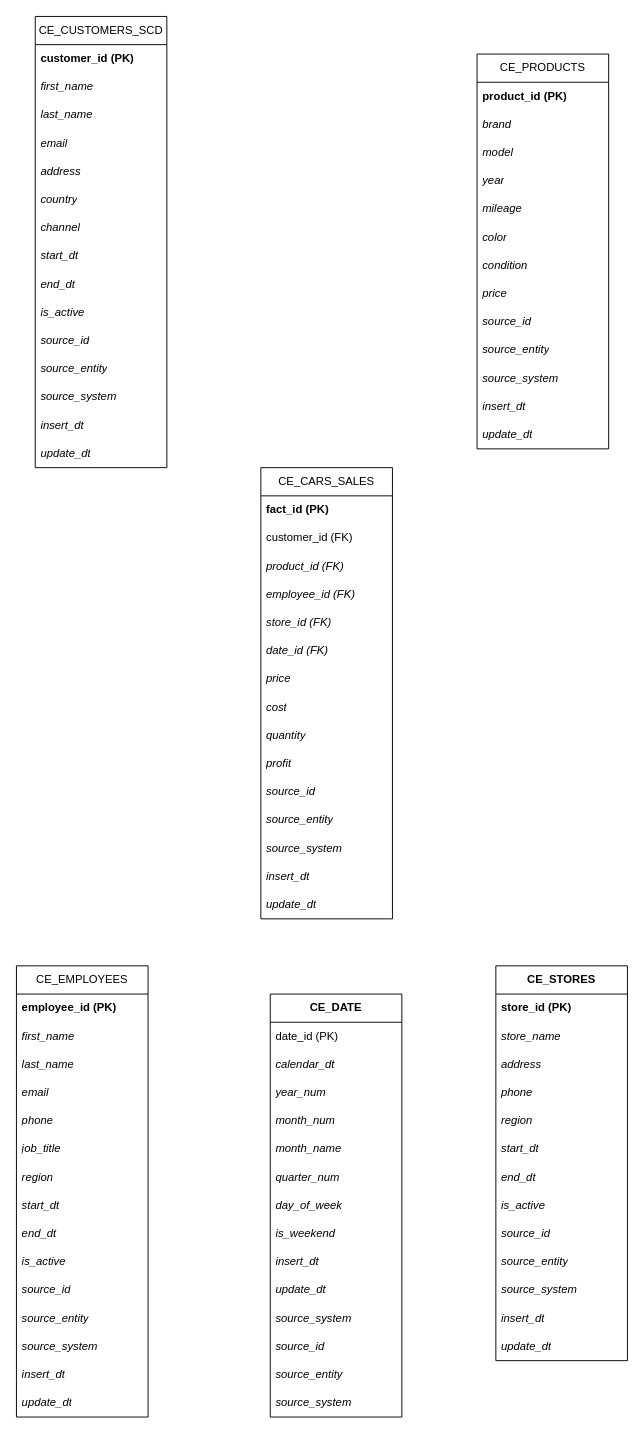
SergejusSG/git-demo1 keeps this draw.io diagram as Task3.drawio. Above is the earlier version. Source tidied: cells renumbered, new cells numbered last; positions are measured from the earlier drawing's top-left corner, leaving out a move shared by most shapes. Both pictures are drawn from the tidied source at 94%, with x=0, y=0 at pixel (16, 16).
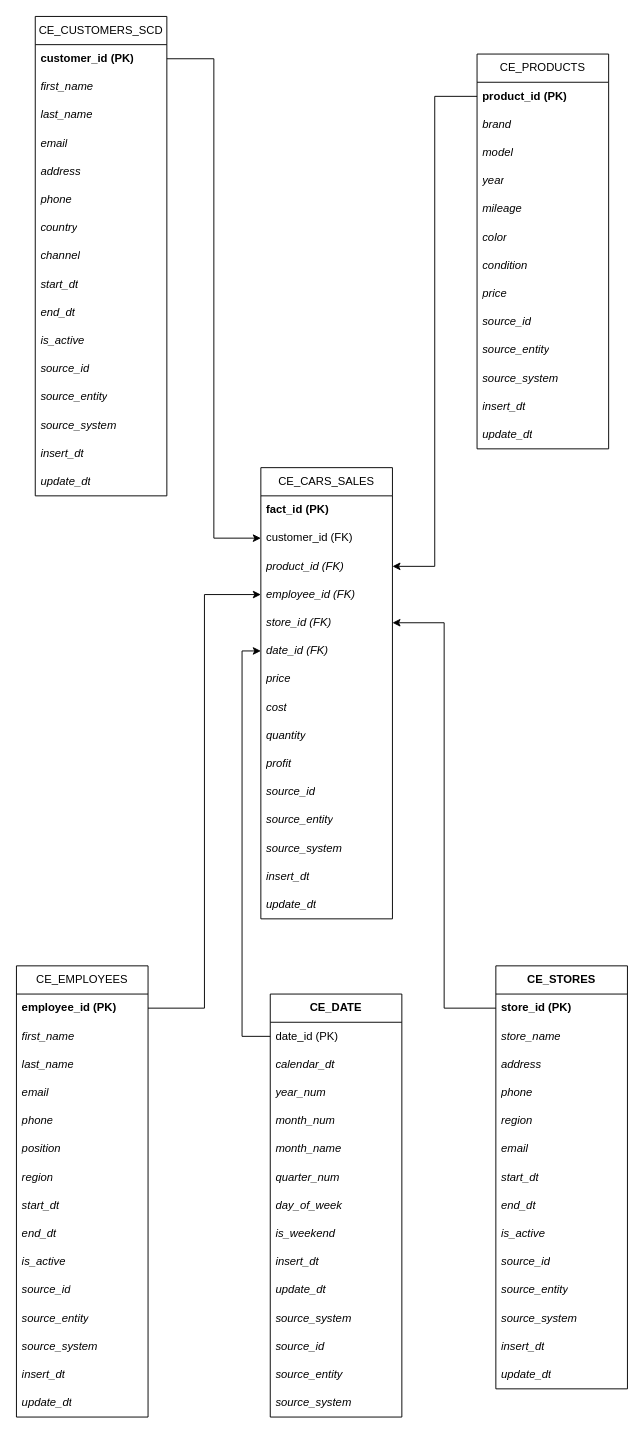
The same diagram, later.

The change refers to these unchanged cells:
```xml
<mxCell id="4" value="customer_id (FK)" style="text;strokeColor=none;fillColor=none;align=left;verticalAlign=middle;spacingLeft=4;spacingRight=4;overflow=hidden;points=[[0,0.5],[1,0.5]];portConstraint=eastwest;whiteSpace=wrap;html=1;" parent="2" vertex="1">
  <mxGeometry y="60" width="140" height="30" as="geometry" />
</mxCell>
<mxCell id="5" value="product_id (FK)" style="text;strokeColor=none;fillColor=none;align=left;verticalAlign=middle;spacingLeft=4;spacingRight=4;overflow=hidden;points=[[0,0.5],[1,0.5]];portConstraint=eastwest;whiteSpace=wrap;html=1;fontStyle=2;" parent="2" vertex="1">
  <mxGeometry y="90" width="140" height="30" as="geometry" />
</mxCell>
<mxCell id="6" value="employee_id (FK)" style="text;strokeColor=none;fillColor=none;align=left;verticalAlign=middle;spacingLeft=4;spacingRight=4;overflow=hidden;points=[[0,0.5],[1,0.5]];portConstraint=eastwest;whiteSpace=wrap;html=1;fontStyle=2;" parent="2" vertex="1">
  <mxGeometry y="120" width="140" height="30" as="geometry" />
</mxCell>
<mxCell id="7" value="store_id (FK)" style="text;strokeColor=none;fillColor=none;align=left;verticalAlign=middle;spacingLeft=4;spacingRight=4;overflow=hidden;points=[[0,0.5],[1,0.5]];portConstraint=eastwest;whiteSpace=wrap;html=1;fontStyle=2;" parent="2" vertex="1">
  <mxGeometry y="150" width="140" height="30" as="geometry" />
</mxCell>
<mxCell id="8" value="date_id (FK)" style="text;strokeColor=none;fillColor=none;align=left;verticalAlign=middle;spacingLeft=4;spacingRight=4;overflow=hidden;points=[[0,0.5],[1,0.5]];portConstraint=eastwest;whiteSpace=wrap;html=1;fontStyle=2;" parent="2" vertex="1">
  <mxGeometry y="180" width="140" height="30" as="geometry" />
</mxCell>
<mxCell id="19" value="&lt;b&gt;customer_id (PK)&lt;/b&gt;" style="text;strokeColor=none;fillColor=none;align=left;verticalAlign=middle;spacingLeft=4;spacingRight=4;overflow=hidden;points=[[0,0.5],[1,0.5]];portConstraint=eastwest;whiteSpace=wrap;html=1;" parent="18" vertex="1">
  <mxGeometry y="30" width="140" height="30" as="geometry" />
</mxCell>
<mxCell id="35" value="&lt;b&gt;product_id (PK)&lt;/b&gt;" style="text;strokeColor=none;fillColor=none;align=left;verticalAlign=middle;spacingLeft=4;spacingRight=4;overflow=hidden;points=[[0,0.5],[1,0.5]];portConstraint=eastwest;whiteSpace=wrap;html=1;" parent="34" vertex="1">
  <mxGeometry y="30" width="140" height="30" as="geometry" />
</mxCell>
<mxCell id="48" value="CE_EMPLOYEES" style="swimlane;fontStyle=0;horizontal=1;startSize=30;whiteSpace=wrap;html=1;" parent="1" vertex="1">
  <mxGeometry y="1010" width="140" height="480" as="geometry" />
</mxCell>
<mxCell id="49" value="&lt;b&gt;employee_id (PK)&lt;/b&gt;" style="text;strokeColor=none;fillColor=none;align=left;verticalAlign=middle;spacingLeft=4;spacingRight=4;overflow=hidden;points=[[0,0.5],[1,0.5]];portConstraint=eastwest;whiteSpace=wrap;html=1;" parent="48" vertex="1">
  <mxGeometry y="30" width="140" height="30" as="geometry" />
</mxCell>
<mxCell id="65" value="&lt;b&gt;store_id (PK)&lt;/b&gt;" style="text;strokeColor=none;fillColor=none;align=left;verticalAlign=middle;spacingLeft=4;spacingRight=4;overflow=hidden;points=[[0,0.5],[1,0.5]];portConstraint=eastwest;whiteSpace=wrap;html=1;" parent="64" vertex="1">
  <mxGeometry y="30" width="140" height="30" as="geometry" />
</mxCell>
<mxCell id="79" value="date_id (PK)" style="text;strokeColor=none;fillColor=none;align=left;verticalAlign=middle;spacingLeft=4;spacingRight=4;overflow=hidden;points=[[0,0.5],[1,0.5]];portConstraint=eastwest;whiteSpace=wrap;html=1;" parent="78" vertex="1">
  <mxGeometry y="30" width="140" height="30" as="geometry" />
</mxCell>
```

What changed in the source:
```diff
@@
     <mxCell id="18" value="CE_CUSTOMERS_SCD" style="swimlane;fontStyle=0;horizontal=1;startSize=30;whiteSpace=wrap;html=1;" parent="1" vertex="1">
-      <mxGeometry x="20" width="140" height="480" as="geometry" />
+      <mxGeometry x="20" width="140" height="510" as="geometry" />
     </mxCell>
@@
+    <mxCell id="93" value="phone" style="text;strokeColor=none;fillColor=none;align=left;verticalAlign=middle;spacingLeft=4;spacingRight=4;overflow=hidden;whiteSpace=wrap;html=1;fontStyle=2;" parent="18" vertex="1">
+      <mxGeometry y="180" width="140" height="30" as="geometry" />
+    </mxCell>
     <mxCell id="24" value="country" style="text;strokeColor=none;fillColor=none;align=left;verticalAlign=middle;spacingLeft=4;spacingRight=4;overflow=hidden;whiteSpace=wrap;html=1;fontStyle=2;" parent="18" vertex="1">
-      <mxGeometry y="180" width="140" height="30" as="geometry" />
+      <mxGeometry y="210" width="140" height="30" as="geometry" />
     </mxCell>
     <mxCell id="25" value="channel" style="text;strokeColor=none;fillColor=none;align=left;verticalAlign=middle;spacingLeft=4;spacingRight=4;overflow=hidden;whiteSpace=wrap;html=1;fontStyle=2;" parent="18" vertex="1">
-      <mxGeometry y="210" width="140" height="30" as="geometry" />
+      <mxGeometry y="240" width="140" height="30" as="geometry" />
     </mxCell>
     <mxCell id="26" value="start_dt" style="text;strokeColor=none;fillColor=none;align=left;verticalAlign=middle;spacingLeft=4;spacingRight=4;overflow=hidden;whiteSpace=wrap;html=1;fontStyle=2;" parent="18" vertex="1">
-      <mxGeometry y="240" width="140" height="30" as="geometry" />
+      <mxGeometry y="270" width="140" height="30" as="geometry" />
     </mxCell>
     <mxCell id="27" value="end_dt" style="text;strokeColor=none;fillColor=none;align=left;verticalAlign=middle;spacingLeft=4;spacingRight=4;overflow=hidden;whiteSpace=wrap;html=1;fontStyle=2;" parent="18" vertex="1">
-      <mxGeometry y="270" width="140" height="30" as="geometry" />
+      <mxGeometry y="300" width="140" height="30" as="geometry" />
     </mxCell>
     <mxCell id="28" value="is_active" style="text;strokeColor=none;fillColor=none;align=left;verticalAlign=middle;spacingLeft=4;spacingRight=4;overflow=hidden;whiteSpace=wrap;html=1;fontStyle=2;" parent="18" vertex="1">
-      <mxGeometry y="300" width="140" height="30" as="geometry" />
+      <mxGeometry y="330" width="140" height="30" as="geometry" />
     </mxCell>
     <mxCell id="29" value="source_id" style="text;strokeColor=none;fillColor=none;align=left;verticalAlign=middle;spacingLeft=4;spacingRight=4;overflow=hidden;whiteSpace=wrap;html=1;fontStyle=2;" parent="18" vertex="1">
-      <mxGeometry y="330" width="140" height="30" as="geometry" />
+      <mxGeometry y="360" width="140" height="30" as="geometry" />
     </mxCell>
     <mxCell id="30" value="source_entity" style="text;strokeColor=none;fillColor=none;align=left;verticalAlign=middle;spacingLeft=4;spacingRight=4;overflow=hidden;whiteSpace=wrap;html=1;fontStyle=2;" parent="18" vertex="1">
-      <mxGeometry y="360" width="140" height="30" as="geometry" />
+      <mxGeometry y="390" width="140" height="30" as="geometry" />
     </mxCell>
     <mxCell id="31" value="source_system" style="text;strokeColor=none;fillColor=none;align=left;verticalAlign=middle;spacingLeft=4;spacingRight=4;overflow=hidden;whiteSpace=wrap;html=1;fontStyle=2;" parent="18" vertex="1">
-      <mxGeometry y="390" width="140" height="30" as="geometry" />
+      <mxGeometry y="420" width="140" height="30" as="geometry" />
     </mxCell>
     <mxCell id="32" value="insert_dt" style="text;strokeColor=none;fillColor=none;align=left;verticalAlign=middle;spacingLeft=4;spacingRight=4;overflow=hidden;whiteSpace=wrap;html=1;fontStyle=2;" parent="18" vertex="1">
-      <mxGeometry y="420" width="140" height="30" as="geometry" />
+      <mxGeometry y="450" width="140" height="30" as="geometry" />
     </mxCell>
     <mxCell id="33" value="update_dt" style="text;strokeColor=none;fillColor=none;align=left;verticalAlign=middle;spacingLeft=4;spacingRight=4;overflow=hidden;whiteSpace=wrap;html=1;fontStyle=2;" parent="18" vertex="1">
-      <mxGeometry y="450" width="140" height="30" as="geometry" />
+      <mxGeometry y="480" width="140" height="30" as="geometry" />
     </mxCell>
@@
-    <mxCell id="54" value="job_title" style="text;strokeColor=none;fillColor=none;align=left;verticalAlign=middle;spacingLeft=4;spacingRight=4;overflow=hidden;whiteSpace=wrap;html=1;fontStyle=2;" parent="48" vertex="1">
+    <mxCell id="54" value="position" style="text;strokeColor=none;fillColor=none;align=left;verticalAlign=middle;spacingLeft=4;spacingRight=4;overflow=hidden;whiteSpace=wrap;html=1;fontStyle=2;" parent="48" vertex="1">
       <mxGeometry y="180" width="140" height="30" as="geometry" />
     </mxCell>
@@
     <mxCell id="64" value="&lt;b&gt;CE_STORES&lt;/b&gt;" style="swimlane;fontStyle=0;horizontal=1;startSize=30;whiteSpace=wrap;html=1;" parent="1" vertex="1">
-      <mxGeometry x="510" y="1010" width="140" height="420" as="geometry" />
+      <mxGeometry x="510" y="1010" width="140" height="450" as="geometry" />
     </mxCell>
@@
+    <mxCell id="94" value="email" style="text;strokeColor=none;fillColor=none;align=left;verticalAlign=middle;spacingLeft=4;spacingRight=4;overflow=hidden;whiteSpace=wrap;html=1;fontStyle=2;" parent="64" vertex="1">
+      <mxGeometry y="180" width="140" height="30" as="geometry" />
+    </mxCell>
     <mxCell id="70" value="start_dt" style="text;strokeColor=none;fillColor=none;align=left;verticalAlign=middle;spacingLeft=4;spacingRight=4;overflow=hidden;whiteSpace=wrap;html=1;fontStyle=2;" parent="64" vertex="1">
-      <mxGeometry y="180" width="140" height="30" as="geometry" />
+      <mxGeometry y="210" width="140" height="30" as="geometry" />
     </mxCell>
     <mxCell id="71" value="end_dt" style="text;strokeColor=none;fillColor=none;align=left;verticalAlign=middle;spacingLeft=4;spacingRight=4;overflow=hidden;whiteSpace=wrap;html=1;fontStyle=2;" parent="64" vertex="1">
-      <mxGeometry y="210" width="140" height="30" as="geometry" />
+      <mxGeometry y="240" width="140" height="30" as="geometry" />
     </mxCell>
     <mxCell id="72" value="is_active" style="text;strokeColor=none;fillColor=none;align=left;verticalAlign=middle;spacingLeft=4;spacingRight=4;overflow=hidden;whiteSpace=wrap;html=1;fontStyle=2;" parent="64" vertex="1">
-      <mxGeometry y="240" width="140" height="30" as="geometry" />
+      <mxGeometry y="270" width="140" height="30" as="geometry" />
     </mxCell>
     <mxCell id="73" value="source_id" style="text;strokeColor=none;fillColor=none;align=left;verticalAlign=middle;spacingLeft=4;spacingRight=4;overflow=hidden;whiteSpace=wrap;html=1;fontStyle=2;" parent="64" vertex="1">
-      <mxGeometry y="270" width="140" height="30" as="geometry" />
+      <mxGeometry y="300" width="140" height="30" as="geometry" />
     </mxCell>
     <mxCell id="74" value="source_entity" style="text;strokeColor=none;fillColor=none;align=left;verticalAlign=middle;spacingLeft=4;spacingRight=4;overflow=hidden;whiteSpace=wrap;html=1;fontStyle=2;" parent="64" vertex="1">
-      <mxGeometry y="300" width="140" height="30" as="geometry" />
+      <mxGeometry y="330" width="140" height="30" as="geometry" />
     </mxCell>
     <mxCell id="75" value="source_system" style="text;strokeColor=none;fillColor=none;align=left;verticalAlign=middle;spacingLeft=4;spacingRight=4;overflow=hidden;whiteSpace=wrap;html=1;fontStyle=2;" parent="64" vertex="1">
-      <mxGeometry y="330" width="140" height="30" as="geometry" />
+      <mxGeometry y="360" width="140" height="30" as="geometry" />
     </mxCell>
     <mxCell id="76" value="insert_dt" style="text;strokeColor=none;fillColor=none;align=left;verticalAlign=middle;spacingLeft=4;spacingRight=4;overflow=hidden;whiteSpace=wrap;html=1;fontStyle=2;" parent="64" vertex="1">
-      <mxGeometry y="360" width="140" height="30" as="geometry" />
+      <mxGeometry y="390" width="140" height="30" as="geometry" />
     </mxCell>
     <mxCell id="77" value="update_dt" style="text;strokeColor=none;fillColor=none;align=left;verticalAlign=middle;spacingLeft=4;spacingRight=4;overflow=hidden;whiteSpace=wrap;html=1;fontStyle=2;" parent="64" vertex="1">
-      <mxGeometry y="390" width="140" height="30" as="geometry" />
+      <mxGeometry y="420" width="140" height="30" as="geometry" />
     </mxCell>
@@
+    <mxCell id="95" style="edgeStyle=orthogonalEdgeStyle;rounded=0;jettySize=auto;html=1;exitX=1;exitY=0.5;exitDx=0;exitDy=0;entryX=0;entryY=0.5;entryDx=0;entryDy=0;" parent="1" edge="1" source="19" target="4">
+      <mxGeometry relative="1" as="geometry" />
+    </mxCell>
+    <mxCell id="96" style="edgeStyle=orthogonalEdgeStyle;rounded=0;jettySize=auto;html=1;exitX=0;exitY=0.5;exitDx=0;exitDy=0;entryX=1;entryY=0.5;entryDx=0;entryDy=0;" parent="1" edge="1" source="35" target="5">
+      <mxGeometry relative="1" as="geometry" />
+    </mxCell>
+    <mxCell id="97" style="edgeStyle=orthogonalEdgeStyle;rounded=0;jettySize=auto;html=1;exitX=1;exitY=0.5;exitDx=0;exitDy=0;entryX=0;entryY=0.5;entryDx=0;entryDy=0;" parent="1" edge="1" source="49" target="6">
+      <mxGeometry relative="1" as="geometry" />
+    </mxCell>
+    <mxCell id="98" style="edgeStyle=orthogonalEdgeStyle;rounded=0;jettySize=auto;html=1;exitX=0;exitY=0.5;exitDx=0;exitDy=0;entryX=1;entryY=0.5;entryDx=0;entryDy=0;" parent="1" edge="1" source="65" target="7">
+      <mxGeometry relative="1" as="geometry" />
+    </mxCell>
+    <mxCell id="99" style="edgeStyle=orthogonalEdgeStyle;rounded=0;jettySize=auto;html=1;exitX=0;exitY=0.5;exitDx=0;exitDy=0;entryX=0;entryY=0.5;entryDx=0;entryDy=0;" parent="1" edge="1" source="79" target="8">
+      <mxGeometry relative="1" as="geometry" />
+    </mxCell>
```
